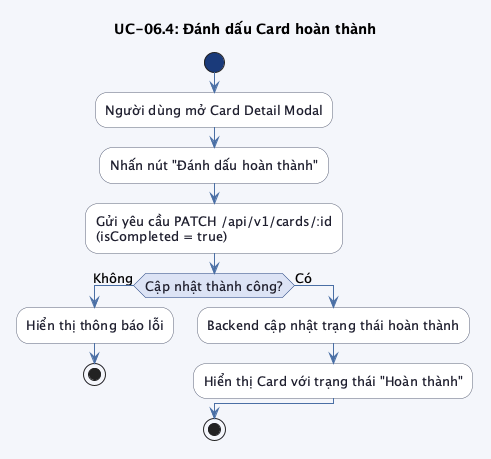
Earlier version of the PlantUML export src/images/chap3/activity_uc06_4.png (trongnhan34vn/trello-report). Source of this version:
```plantuml
@startuml activity_uc06_4

skinparam linetype ortho
skinparam defaultFontSize 13
skinparam backgroundColor #f4f6fb
skinparam activity {
    BackgroundColor #ffffff
    BorderColor #5b6279
    FontColor #1e1e2e
    ArrowColor #4a6fa5
    DiamondBackgroundColor #dce3f5
    DiamondBorderColor #1a3a7a
    DiamondFontColor #1e1e2e
    StartColor #1a3a7a
    EndColor #1a3a7a
}

title UC-06.4: Đánh dấu Card hoàn thành

start

:Người dùng mở Card Detail Modal;
:Nhấn nút "Đánh dấu hoàn thành";
:Gửi yêu cầu PATCH /api/v1/cards/:id\n(isCompleted = true);

if (Cập nhật thành công?) then (Không)
    :Hiển thị thông báo lỗi;
    stop
else (Có)
    :Backend cập nhật trạng thái hoàn thành;
    :Hiển thị Card với trạng thái "Hoàn thành";
endif

stop

@enduml
```
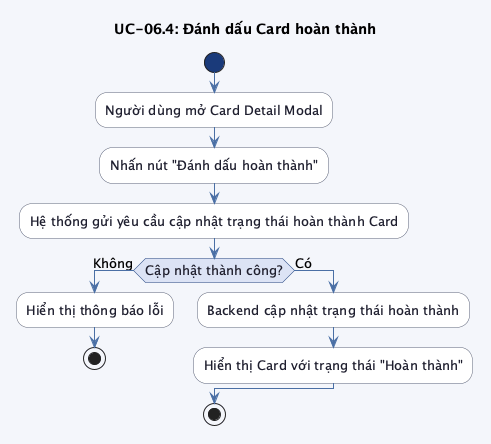
After the change.

The edit, as a diff of the source:
```diff
@@ -21,7 +21,7 @@
 
 :Người dùng mở Card Detail Modal;
 :Nhấn nút "Đánh dấu hoàn thành";
-:Gửi yêu cầu PATCH /api/v1/cards/:id\n(isCompleted = true);
+:Hệ thống gửi yêu cầu cập nhật trạng thái hoàn thành Card;
 
 if (Cập nhật thành công?) then (Không)
     :Hiển thị thông báo lỗi;
```
